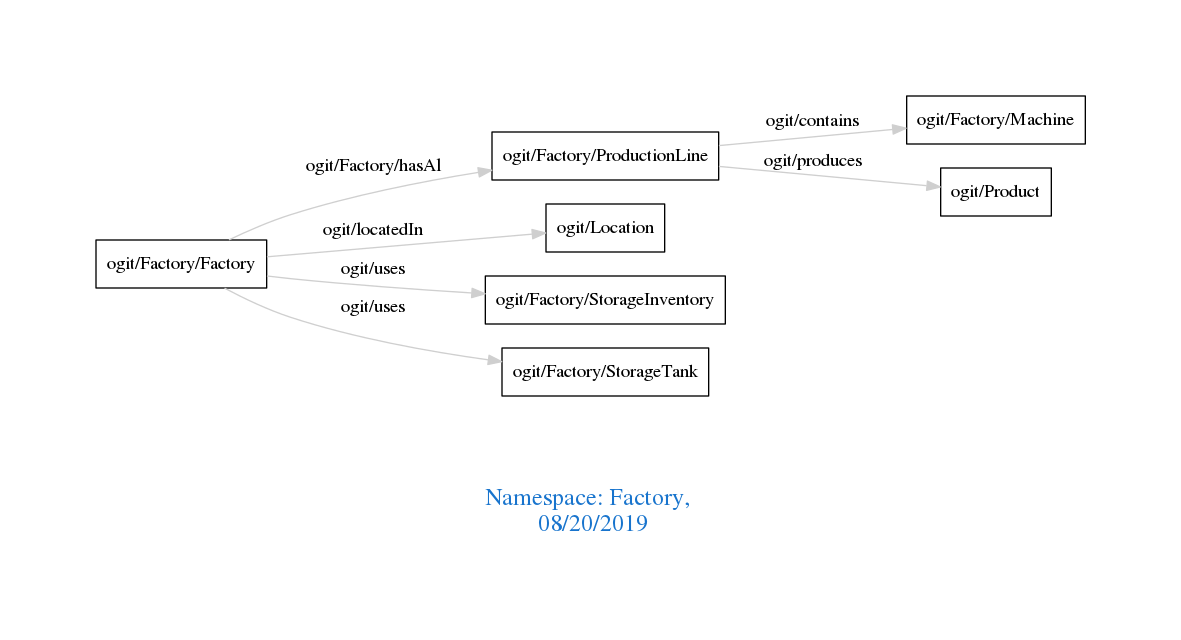
arago/OGIT keeps this Graphviz diagram as downloads/Factory.png. Above is the earlier version. Its source is kept beside it as downloads/Factory.dot.
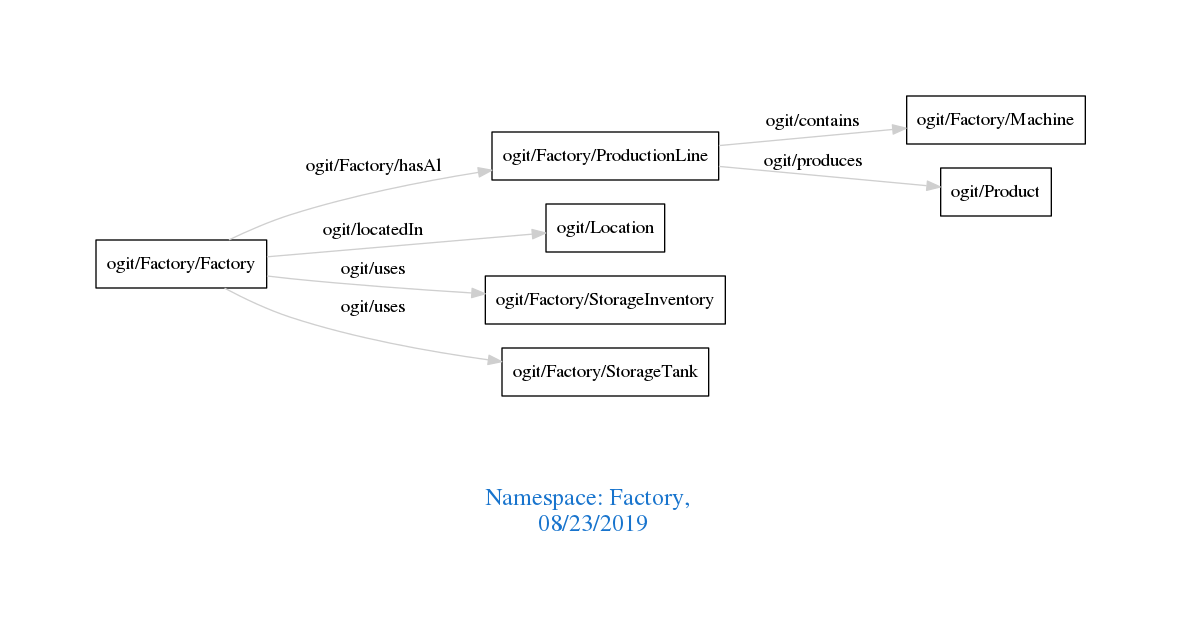
Above is the later version.

Diff of the diagram source:
```diff
@@ -1,7 +1,7 @@
 digraph OGIT_ontology {
  graph [ rankdir= LR,pad=1
 fontsize = 18,
-fontcolor= dodgerblue3,label = "\n\n\nNamespace: Factory, \n 08/20/2019"];
+fontcolor= dodgerblue3,label = "\n\n\nNamespace: Factory, \n 08/23/2019"];
 node[shape=polygon];
 edge [  color="gray81"];
 
```
